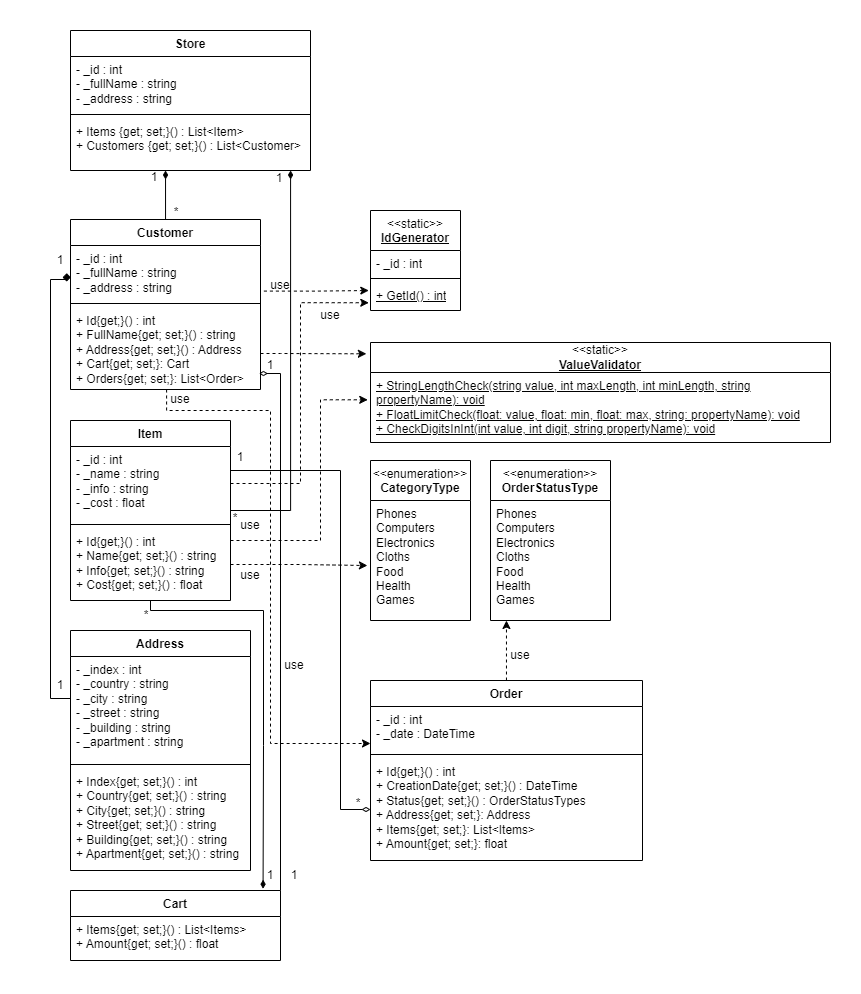
Earlier version of the draw.io export oop-winform/Diagram.drawio.png (antoniocra04/oop-winform). Source tidied: cells renumbered, new cells last; positions are measured from the earlier drawing's top-left corner, leaving out a move shared by most shapes.
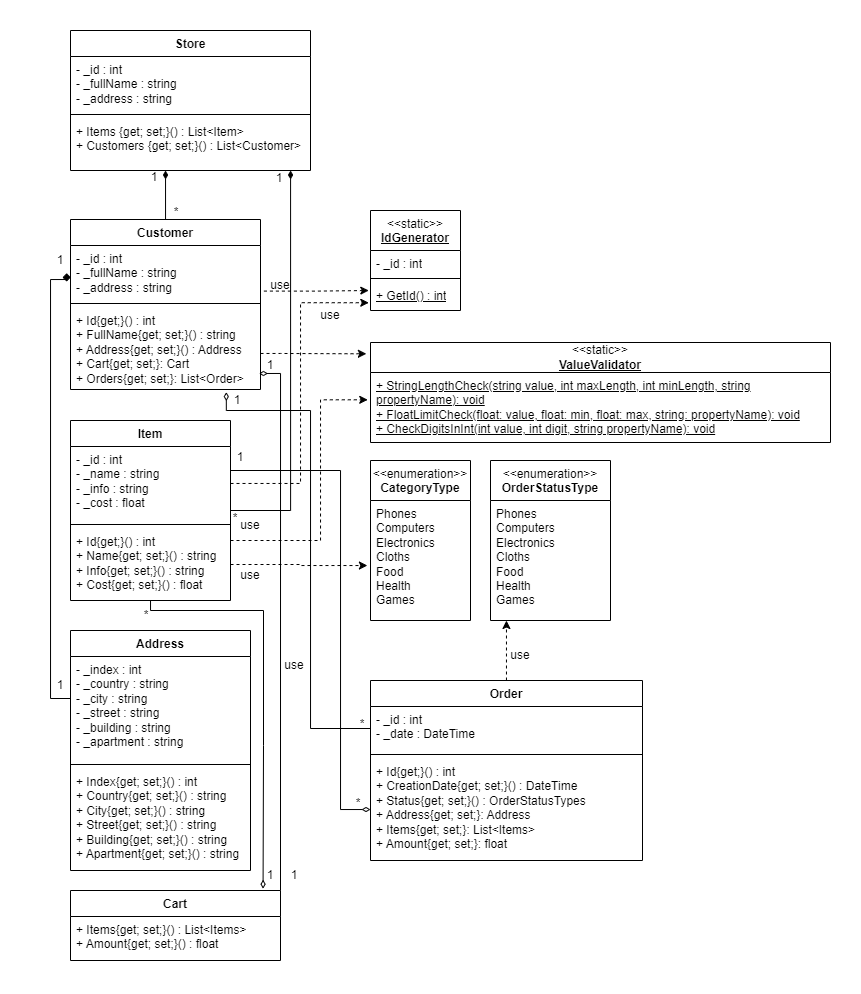
The same file after the commit.

Commit message:
fix(diagram): исправления диаграмы

What changed in the source:
```diff
@@ -66,9 +66,6 @@
     <mxCell id="19" style="edgeStyle=orthogonalEdgeStyle;rounded=0;jettySize=auto;html=1;entryX=-0.019;entryY=0.723;entryDx=0;entryDy=0;dashed=1;entryPerimeter=0;" parent="1" edge="1" source="7" target="13">
       <mxGeometry relative="1" as="geometry" />
     </mxCell>
-    <mxCell id="20" value="use" style="text;html=1;align=center;verticalAlign=middle;whiteSpace=wrap;rounded=0;" parent="1" vertex="1">
-      <mxGeometry x="120" y="354" width="60" height="30" as="geometry" />
-    </mxCell>
     <mxCell id="21" value="use" style="text;html=1;align=center;verticalAlign=middle;whiteSpace=wrap;rounded=0;" parent="1" vertex="1">
       <mxGeometry x="190" y="480" width="60" height="30" as="geometry" />
     </mxCell>
@@ -183,17 +180,6 @@
     <mxCell id="55" value="use" style="text;html=1;align=center;verticalAlign=middle;whiteSpace=wrap;rounded=0;" parent="1" vertex="1">
       <mxGeometry x="234" y="620" width="60" height="30" as="geometry" />
     </mxCell>
-    <mxCell id="56" style="edgeStyle=orthogonalEdgeStyle;rounded=0;orthogonalLoop=1;jettySize=auto;html=1;entryX=-0.004;entryY=0.841;entryDx=0;entryDy=0;entryPerimeter=0;dashed=1;" parent="1" edge="1">
-      <mxGeometry relative="1" as="geometry">
-        <mxPoint x="136.1" y="359" as="sourcePoint" />
-        <mxPoint x="340" y="713" as="targetPoint" />
-        <Array as="points">
-          <mxPoint x="136" y="380" />
-          <mxPoint x="240" y="380" />
-          <mxPoint x="240" y="713" />
-        </Array>
-      </mxGeometry>
-    </mxCell>
     <mxCell id="57" value="1" style="text;html=1;align=center;verticalAlign=middle;whiteSpace=wrap;rounded=0;" parent="1" vertex="1">
       <mxGeometry x="225" y="320" width="30" height="30" as="geometry" />
     </mxCell>
@@ -221,7 +207,7 @@
         </Array>
       </mxGeometry>
     </mxCell>
-    <mxCell id="63" style="edgeStyle=orthogonalEdgeStyle;rounded=0;jettySize=auto;html=1;entryX=0.917;entryY=-0.026;entryDx=0;entryDy=0;entryPerimeter=0;endArrow=diamondThin;endFill=1;" parent="1" edge="1" source="6" target="45">
+    <mxCell id="63" style="edgeStyle=orthogonalEdgeStyle;rounded=0;jettySize=auto;html=1;entryX=0.917;entryY=-0.026;entryDx=0;entryDy=0;entryPerimeter=0;endArrow=diamondThin;endFill=0;" parent="1" edge="1" source="6" target="45">
       <mxGeometry relative="1" as="geometry">
         <Array as="points">
           <mxPoint x="120" y="580" />
@@ -237,5 +223,20 @@
     <mxCell id="65" value="1" style="text;html=1;align=center;verticalAlign=middle;whiteSpace=wrap;rounded=0;" parent="1" vertex="1">
       <mxGeometry x="225" y="830" width="30" height="30" as="geometry" />
     </mxCell>
+    <mxCell id="66" style="edgeStyle=orthogonalEdgeStyle;rounded=0;jettySize=auto;html=1;entryX=0.82;entryY=1.032;entryDx=0;entryDy=0;entryPerimeter=0;endArrow=diamondThin;endFill=0;" parent="1" edge="1" source="49" target="5">
+      <mxGeometry relative="1" as="geometry">
+        <Array as="points">
+          <mxPoint x="280" y="698" />
+          <mxPoint x="280" y="380" />
+          <mxPoint x="196" y="380" />
+        </Array>
+      </mxGeometry>
+    </mxCell>
+    <mxCell id="67" value="1" style="text;html=1;align=center;verticalAlign=middle;whiteSpace=wrap;rounded=0;" parent="1" vertex="1">
+      <mxGeometry x="192" y="355" width="30" height="30" as="geometry" />
+    </mxCell>
+    <mxCell id="68" value="*" style="text;html=1;align=center;verticalAlign=middle;whiteSpace=wrap;rounded=0;" parent="1" vertex="1">
+      <mxGeometry x="317" y="679" width="30" height="30" as="geometry" />
+    </mxCell>
   </root>
 </mxGraphModel>
```
